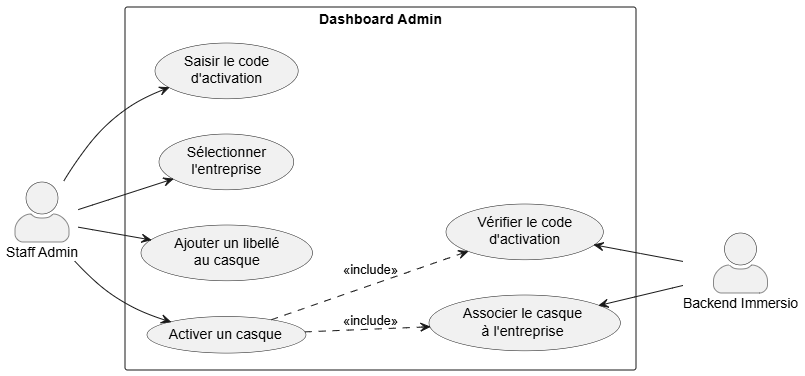
Before: images/raffinement_activation_casque_dashboard.png, a diagram exported from PlantUML (sayenjabo/TynassIt_PFE). Its source is kept beside it as PUML/raffinement_activation_casque_dashboard.puml.
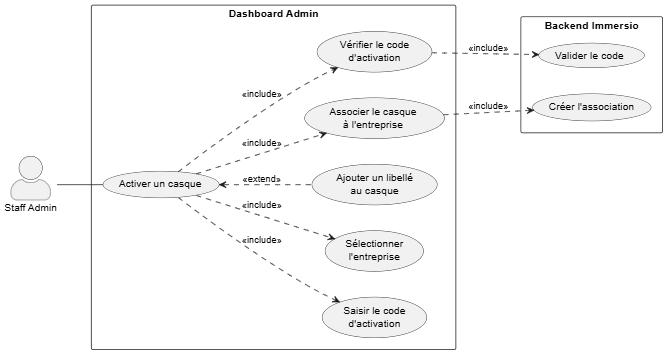
Later version of the same file.

Diff of the diagram source:
```diff
@@ -7,32 +7,28 @@
 skinparam actorStyle awesome
 
 actor "Staff Admin" as Admin
-actor "Backend Immersio" as Backend
 
 rectangle "Dashboard Admin" {
-
+    usecase "Activer un casque" as Activer
     usecase "Saisir le code\nd'activation" as Code
-
     usecase "Sélectionner\nl'entreprise" as Entreprise
-
     usecase "Ajouter un libellé\nau casque" as Label
-
-    usecase "Activer un casque" as Activer
-
     usecase "Vérifier le code\nd'activation" as Verifier
-
     usecase "Associer le casque\nà l'entreprise" as Associer
 }
 
-Admin --> Code
-Admin --> Entreprise
-Admin --> Label
-Admin --> Activer
+rectangle "Backend Immersio" {
+    usecase "Valider le code" as Valider
+    usecase "Créer l'association" as Creer
+}
 
+Admin -- Activer
+Activer <.. Label : <<extend>>
+Activer ..> Code : <<include>>
+Activer ..> Entreprise : <<include>>
 Activer ..> Verifier : <<include>>
 Activer ..> Associer : <<include>>
+Verifier ..> Valider : <<include>>
+Associer ..> Creer : <<include>>
 
-
-Verifier <-- Backend
-Associer <-- Backend
 @enduml
```
